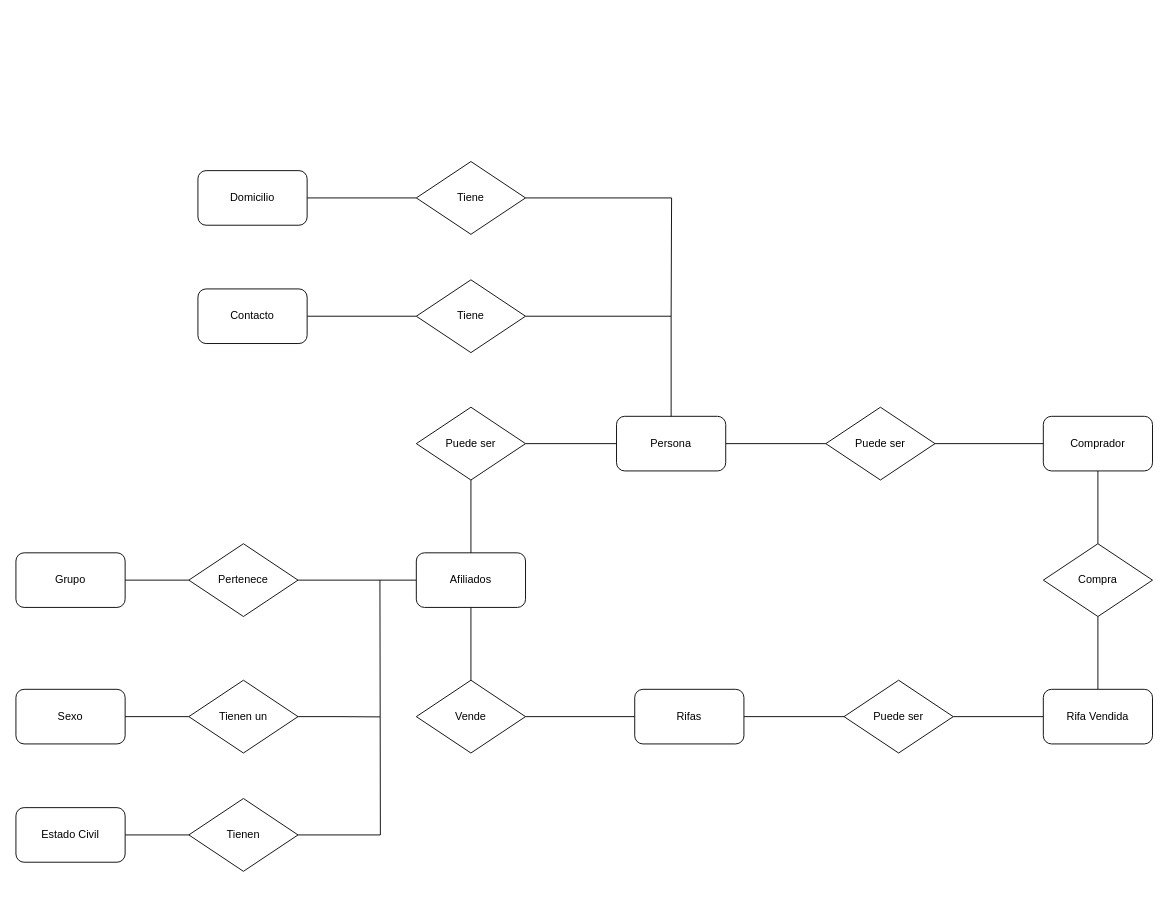
Before: DER TP1.drawio in NehemiasMercau/BaseDeDatos, a draw.io diagram. Source tidied: cells renumbered, new cells numbered last; positions are measured from the earlier drawing's top-left corner, leaving out a move shared by most shapes. Both pictures are drawn from the tidied source at 91%, with x=0, y=0 at pixel (15, 161).
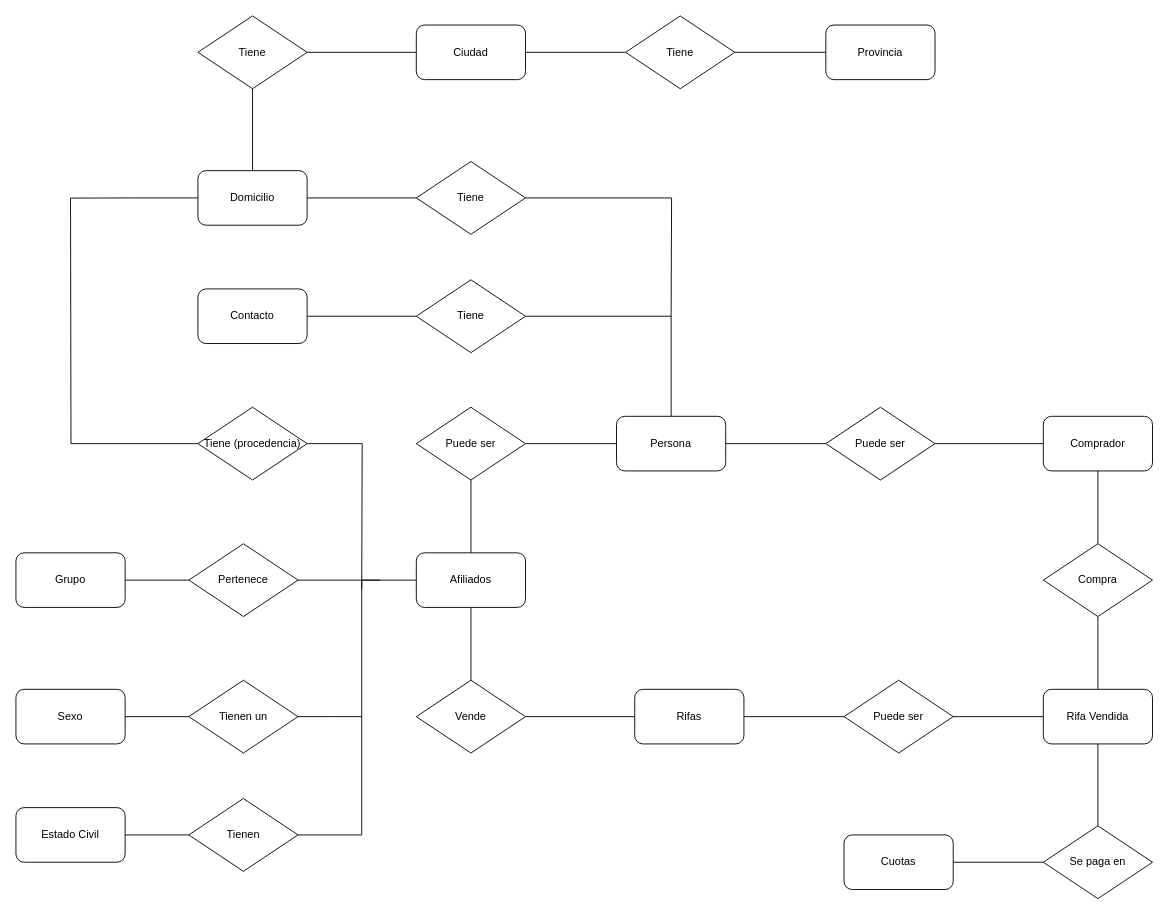
The same page after the edit.

Unchanged cells that the change refers to:
```xml
<mxCell id="15" value="Rifa Vendida" style="rounded=1;whiteSpace=wrap;html=1;" parent="1" vertex="1">
  <mxGeometry x="1129" y="580" width="120" height="60" as="geometry" />
</mxCell>
<mxCell id="18" value="Tienen un" style="rhombus;whiteSpace=wrap;html=1;" parent="1" vertex="1">
  <mxGeometry x="190" y="570" width="120" height="80" as="geometry" />
</mxCell>
<mxCell id="22" value="Tienen" style="rhombus;whiteSpace=wrap;html=1;" parent="1" vertex="1">
  <mxGeometry x="190" y="700" width="120" height="80" as="geometry" />
</mxCell>
<mxCell id="41" value="Domicilio" style="rounded=1;whiteSpace=wrap;html=1;" parent="1" vertex="1">
  <mxGeometry x="200" y="10" width="120" height="60" as="geometry" />
</mxCell>
```

The edit, as a diff of the source:
```diff
@@
+    <mxCell id="42" style="edgeStyle=orthogonalEdgeStyle;rounded=0;jettySize=auto;html=1;exitX=0.5;exitY=1;exitDx=0;exitDy=0;endArrow=none;endFill=0;" parent="1" edge="1" source="15" target="56">
+      <mxGeometry relative="1" as="geometry" />
+    </mxCell>
@@
     <mxCell id="17" style="edgeStyle=orthogonalEdgeStyle;rounded=0;jettySize=auto;html=1;exitX=1;exitY=0.5;exitDx=0;exitDy=0;endArrow=none;endFill=0;" parent="1" edge="1" source="18">
       <mxGeometry relative="1" as="geometry">
-        <mxPoint x="400" y="610.3" as="targetPoint" />
+        <mxPoint x="380" y="610" as="targetPoint" />
       </mxGeometry>
     </mxCell>
@@
     <mxCell id="21" style="edgeStyle=orthogonalEdgeStyle;rounded=0;jettySize=auto;html=1;exitX=1;exitY=0.5;exitDx=0;exitDy=0;endArrow=none;endFill=0;" parent="1" edge="1" source="22">
       <mxGeometry relative="1" as="geometry">
         <mxPoint x="400" y="460" as="targetPoint" />
+        <Array as="points">
+          <mxPoint x="380" y="740" />
+          <mxPoint x="380" y="460" />
+        </Array>
       </mxGeometry>
     </mxCell>
@@
+    <mxCell id="43" style="edgeStyle=orthogonalEdgeStyle;rounded=0;jettySize=auto;html=1;exitX=0.5;exitY=0;exitDx=0;exitDy=0;entryX=0.5;entryY=1;entryDx=0;entryDy=0;endArrow=none;endFill=0;" parent="1" edge="1" source="41" target="46">
+      <mxGeometry relative="1" as="geometry" />
+    </mxCell>
+    <mxCell id="44" style="edgeStyle=orthogonalEdgeStyle;rounded=0;jettySize=auto;html=1;exitX=0;exitY=0.5;exitDx=0;exitDy=0;endArrow=none;endFill=0;" parent="1" edge="1" source="41">
+      <mxGeometry relative="1" as="geometry">
+        <mxPoint x="60" y="40.2" as="targetPoint" />
+      </mxGeometry>
+    </mxCell>
@@
+    <mxCell id="45" style="edgeStyle=orthogonalEdgeStyle;rounded=0;jettySize=auto;html=1;exitX=1;exitY=0.5;exitDx=0;exitDy=0;entryX=0;entryY=0.5;entryDx=0;entryDy=0;endArrow=none;endFill=0;" parent="1" edge="1" source="46" target="47">
+      <mxGeometry relative="1" as="geometry" />
+    </mxCell>
+    <mxCell id="46" value="Tiene" style="rhombus;whiteSpace=wrap;html=1;" parent="1" vertex="1">
+      <mxGeometry x="200" y="-160" width="120" height="80" as="geometry" />
+    </mxCell>
+    <mxCell id="47" value="Ciudad" style="rounded=1;whiteSpace=wrap;html=1;" parent="1" vertex="1">
+      <mxGeometry x="440" y="-150" width="120" height="60" as="geometry" />
+    </mxCell>
+    <mxCell id="48" style="edgeStyle=orthogonalEdgeStyle;rounded=0;jettySize=auto;html=1;exitX=0;exitY=0.5;exitDx=0;exitDy=0;entryX=1;entryY=0.5;entryDx=0;entryDy=0;endArrow=none;endFill=0;" parent="1" edge="1" source="50" target="47">
+      <mxGeometry relative="1" as="geometry" />
+    </mxCell>
+    <mxCell id="49" style="edgeStyle=orthogonalEdgeStyle;rounded=0;jettySize=auto;html=1;exitX=1;exitY=0.5;exitDx=0;exitDy=0;entryX=0;entryY=0.5;entryDx=0;entryDy=0;endArrow=none;endFill=0;" parent="1" edge="1" source="50" target="51">
+      <mxGeometry relative="1" as="geometry" />
+    </mxCell>
+    <mxCell id="50" value="Tiene" style="rhombus;whiteSpace=wrap;html=1;" parent="1" vertex="1">
+      <mxGeometry x="670" y="-160" width="120" height="80" as="geometry" />
+    </mxCell>
+    <mxCell id="51" value="Provincia" style="rounded=1;whiteSpace=wrap;html=1;" parent="1" vertex="1">
+      <mxGeometry x="890" y="-150" width="120" height="60" as="geometry" />
+    </mxCell>
+    <mxCell id="52" style="edgeStyle=orthogonalEdgeStyle;rounded=0;jettySize=auto;html=1;exitX=0;exitY=0.5;exitDx=0;exitDy=0;endArrow=none;endFill=0;" parent="1" edge="1" source="54">
+      <mxGeometry relative="1" as="geometry">
+        <mxPoint x="60" y="40" as="targetPoint" />
+      </mxGeometry>
+    </mxCell>
+    <mxCell id="53" style="edgeStyle=orthogonalEdgeStyle;rounded=0;jettySize=auto;html=1;exitX=1;exitY=0.5;exitDx=0;exitDy=0;endArrow=none;endFill=0;" parent="1" edge="1" source="54">
+      <mxGeometry relative="1" as="geometry">
+        <mxPoint x="380" y="470" as="targetPoint" />
+      </mxGeometry>
+    </mxCell>
+    <mxCell id="54" value="Tiene (procedencia)" style="rhombus;whiteSpace=wrap;html=1;" parent="1" vertex="1">
+      <mxGeometry x="200" y="270" width="120" height="80" as="geometry" />
+    </mxCell>
+    <mxCell id="55" style="edgeStyle=orthogonalEdgeStyle;rounded=0;jettySize=auto;html=1;exitX=0;exitY=0.5;exitDx=0;exitDy=0;entryX=1;entryY=0.5;entryDx=0;entryDy=0;endArrow=none;endFill=0;" parent="1" edge="1" source="56" target="57">
+      <mxGeometry relative="1" as="geometry" />
+    </mxCell>
+    <mxCell id="56" value="Se paga en" style="rhombus;whiteSpace=wrap;html=1;" parent="1" vertex="1">
+      <mxGeometry x="1129" y="730" width="120" height="80" as="geometry" />
+    </mxCell>
+    <mxCell id="57" value="Cuotas" style="rounded=1;whiteSpace=wrap;html=1;" parent="1" vertex="1">
+      <mxGeometry x="910" y="740" width="120" height="60" as="geometry" />
+    </mxCell>
```
